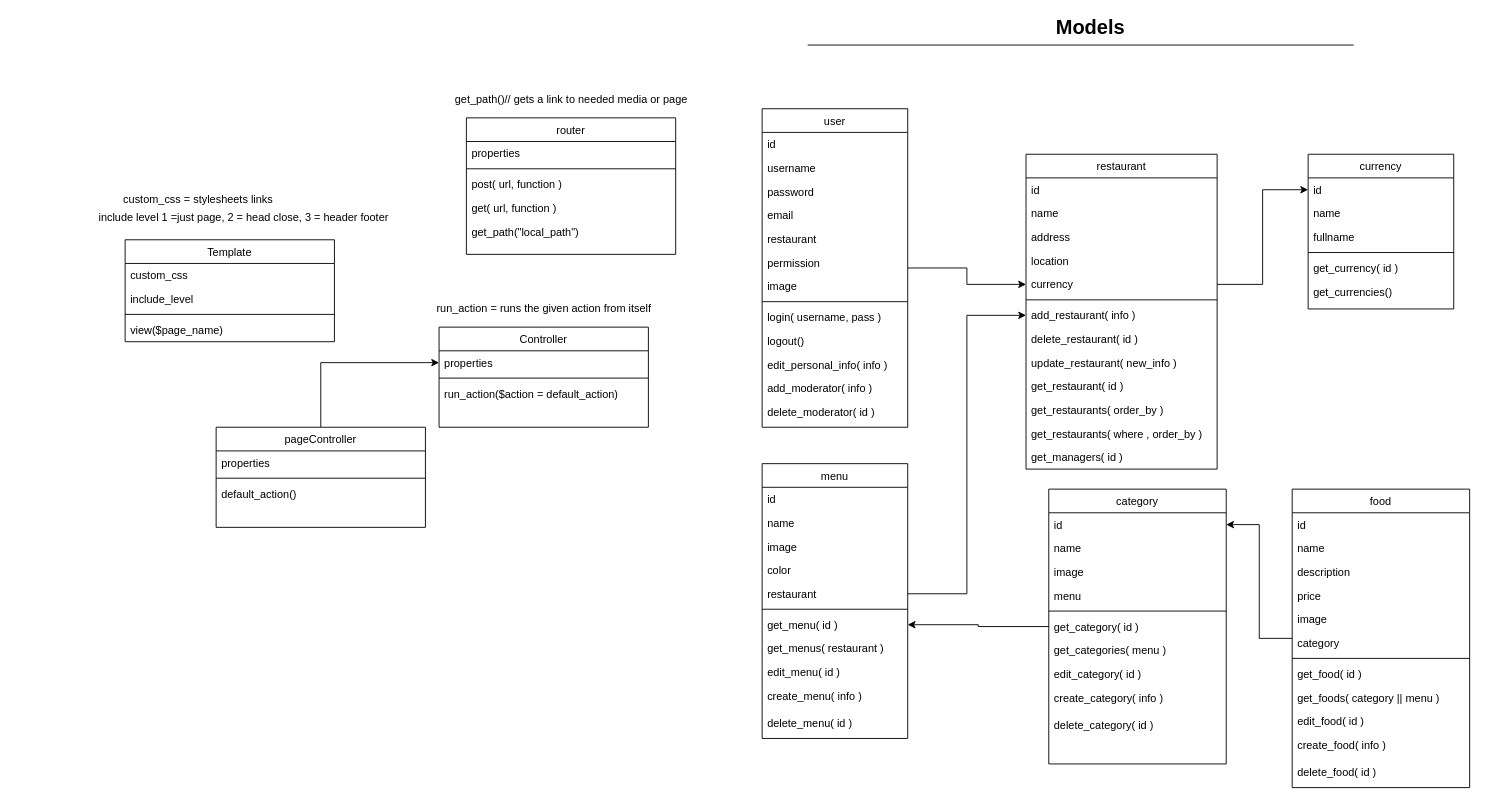
Above: stracture/class case.drawio in salahWD/food (draw.io), before the change. Source tidied: cells renumbered, new cells numbered last; positions are measured from the earlier drawing's top-left corner, leaving out a move shared by most shapes. Both pictures are drawn from the tidied source at 91%, with x=0, y=0 at pixel (88, 18).
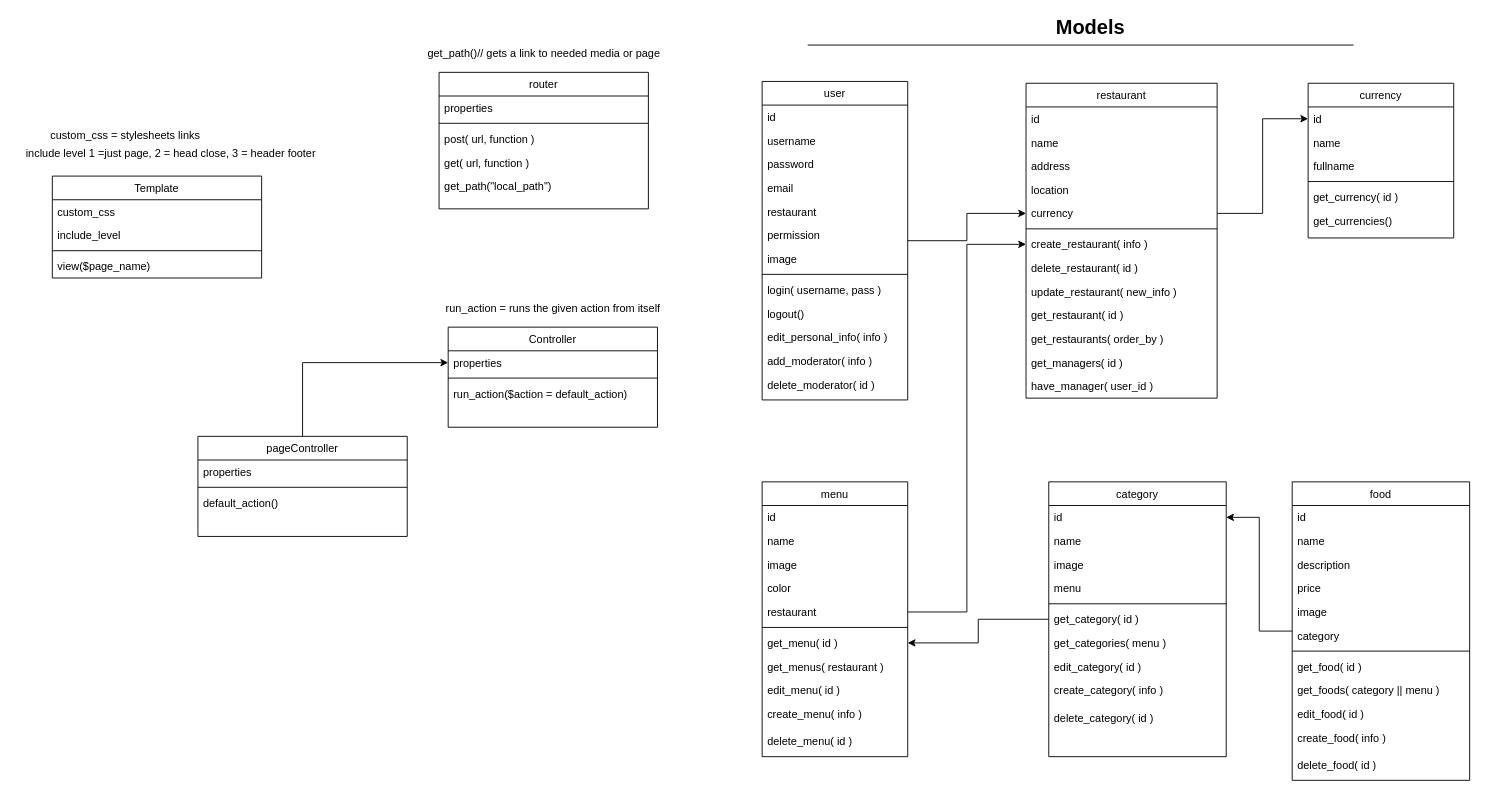
The same page after the edit.

What changed in the source:
```diff
@@
     <mxCell id="3" value="user" style="swimlane;fontStyle=0;align=center;verticalAlign=top;horizontal=1;startSize=26;rounded=0;shadow=0;strokeWidth=1;" parent="1" vertex="1">
-      <mxGeometry x="740" y="99" width="160" height="350" as="geometry" />
+      <mxGeometry x="740" y="69" width="160" height="350" as="geometry" />
     </mxCell>
@@
     <mxCell id="17" value="restaurant" style="swimlane;fontStyle=0;align=center;verticalAlign=top;horizontal=1;startSize=26;rounded=0;shadow=0;strokeWidth=1;" parent="1" vertex="1">
-      <mxGeometry x="1030" y="149" width="210" height="346" as="geometry" />
+      <mxGeometry x="1030" y="71" width="210" height="346" as="geometry" />
     </mxCell>
@@
-    <mxCell id="24" value="add_restaurant( info )" style="text;align=left;verticalAlign=top;spacingLeft=4;spacingRight=4;overflow=hidden;points=[[0,0.5],[1,0.5]];portConstraint=eastwest;" parent="17" vertex="1">
+    <mxCell id="24" value="create_restaurant( info )" style="text;align=left;verticalAlign=top;spacingLeft=4;spacingRight=4;overflow=hidden;points=[[0,0.5],[1,0.5]];portConstraint=eastwest;" parent="17" vertex="1">
       <mxGeometry y="164" width="210" height="26" as="geometry" />
     </mxCell>
@@
-    <mxCell id="29" value="get_restaurants( where , order_by )" style="text;align=left;verticalAlign=top;spacingLeft=4;spacingRight=4;overflow=hidden;" parent="17" vertex="1">
-      <mxGeometry y="294" width="210" height="26" as="geometry" />
-    </mxCell>
+    <mxCell id="107" value="get_managers( id )" style="text;align=left;verticalAlign=top;spacingLeft=4;spacingRight=4;overflow=hidden;" parent="17" vertex="1">
+      <mxGeometry y="294" width="210" height="26" as="geometry" />
+    </mxCell>
-    <mxCell id="30" value="get_managers( id )" style="text;align=left;verticalAlign=top;spacingLeft=4;spacingRight=4;overflow=hidden;" parent="17" vertex="1">
+    <mxCell id="30" value="have_manager( user_id )" style="text;align=left;verticalAlign=top;spacingLeft=4;spacingRight=4;overflow=hidden;" parent="17" vertex="1">
       <mxGeometry y="320" width="210" height="26" as="geometry" />
     </mxCell>
     <mxCell id="31" value="currency" style="swimlane;fontStyle=0;align=center;verticalAlign=top;horizontal=1;startSize=26;rounded=0;shadow=0;strokeWidth=1;" parent="1" vertex="1">
-      <mxGeometry x="1340" y="149" width="160" height="170" as="geometry" />
+      <mxGeometry x="1340" y="71" width="160" height="170" as="geometry" />
     </mxCell>
@@
     <mxCell id="39" value="menu" style="swimlane;fontStyle=0;align=center;verticalAlign=top;horizontal=1;startSize=26;rounded=0;shadow=0;strokeWidth=1;" parent="1" vertex="1">
-      <mxGeometry x="740" y="489" width="160" height="302" as="geometry" />
+      <mxGeometry x="740" y="509" width="160" height="302" as="geometry" />
     </mxCell>
@@
     <mxCell id="53" value="category" style="swimlane;fontStyle=0;align=center;verticalAlign=top;horizontal=1;startSize=26;rounded=0;shadow=0;strokeWidth=1;" parent="1" vertex="1">
-      <mxGeometry x="1055" y="517" width="195" height="302" as="geometry" />
+      <mxGeometry x="1055" y="509" width="195" height="302" as="geometry" />
     </mxCell>
@@
     <mxCell id="65" value="food" style="swimlane;fontStyle=0;align=center;verticalAlign=top;horizontal=1;startSize=26;rounded=0;shadow=0;strokeWidth=1;" parent="1" vertex="1">
-      <mxGeometry x="1322.5" y="517" width="195" height="328" as="geometry" />
+      <mxGeometry x="1322.5" y="509" width="195" height="328" as="geometry" />
     </mxCell>
@@
     <mxCell id="81" value="pageController" style="swimlane;fontStyle=0;align=center;verticalAlign=top;horizontal=1;startSize=26;rounded=0;shadow=0;strokeWidth=1;" parent="1" vertex="1">
-      <mxGeometry x="140" y="449" width="230" height="110" as="geometry" />
+      <mxGeometry x="120" y="459" width="230" height="110" as="geometry" />
     </mxCell>
@@
     <mxCell id="85" style="group;" parent="1" vertex="1">
-      <mxGeometry y="189" width="340" height="166" as="geometry" />
+      <mxGeometry x="-80" y="119" width="340" height="166" as="geometry" />
     </mxCell>
@@
     <mxCell id="93" style="group;" parent="1" vertex="1">
-      <mxGeometry x="390" y="79" width="280" height="180" as="geometry" />
+      <mxGeometry x="360" y="29" width="280" height="180" as="geometry" />
     </mxCell>
@@
     <mxCell id="101" style="group;" parent="1" vertex="1">
-      <mxGeometry x="370" y="309" width="260" height="140" as="geometry" />
+      <mxGeometry x="380" y="309" width="260" height="140" as="geometry" />
     </mxCell>
```
